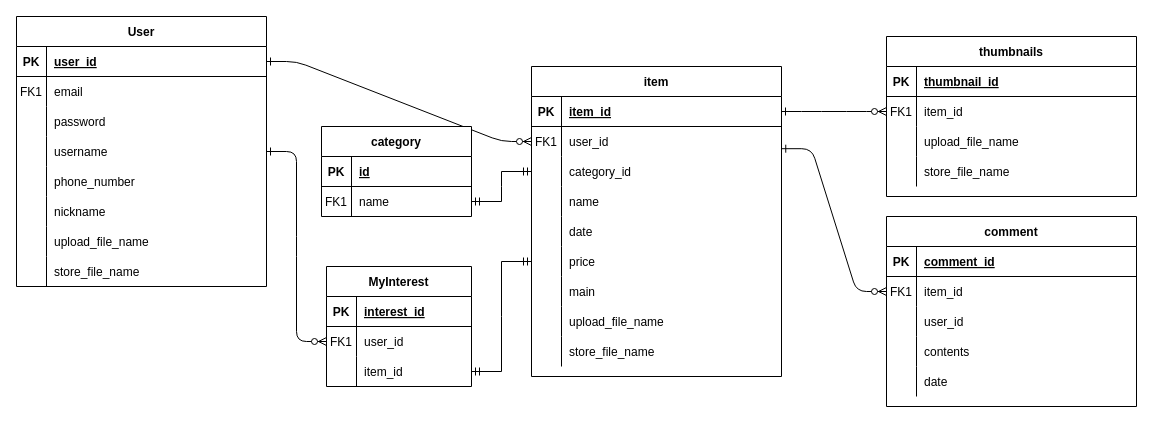
Earlier version of the draw.io diagram page "Page-1" (1 of 4) of carrot.drawio (Lee-seungju/drawfile). Source tidied: cells renumbered, new cells numbered last; positions are measured from the earlier drawing's top-left corner, leaving out a move shared by most shapes. Both pictures are drawn from the tidied source at 100%, with x=0, y=0 at pixel (16, 16).
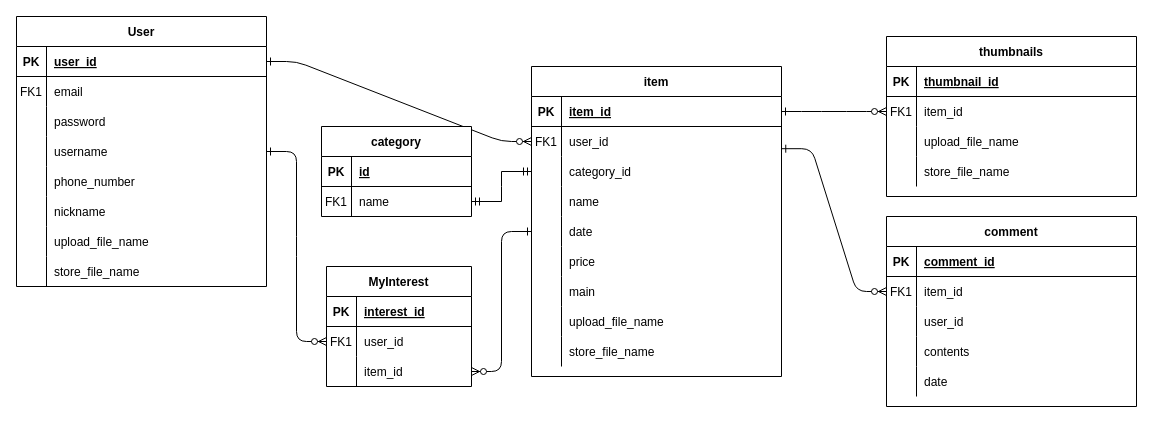
After the change.

The change refers to these unchanged cells:
```xml
<mxCell id="17" style="shape=partialRectangle;fillColor=none;points=[[0,0.5],[1,0.5]];portConstraint=eastwest;top=0;left=0;right=0;bottom=0;" parent="4" vertex="1">
  <mxGeometry y="150" width="250" height="30" as="geometry" />
</mxCell>
<mxCell id="20" style="shape=partialRectangle;fillColor=none;points=[[0,0.5],[1,0.5]];portConstraint=eastwest;top=0;left=0;right=0;bottom=0;" parent="4" vertex="1">
  <mxGeometry y="180" width="250" height="30" as="geometry" />
</mxCell>
<mxCell id="52" style="shape=partialRectangle;fillColor=none;points=[[0,0.5],[1,0.5]];portConstraint=eastwest;top=0;left=0;right=0;bottom=0;" parent="45" vertex="1">
  <mxGeometry y="90" width="145" height="30" as="geometry" />
</mxCell>
```

Change to the diagram source:
```diff
@@
-    <mxCell id="98" style="edgeStyle=entityRelationEdgeStyle;fontSize=12;html=1;endArrow=ERmandOne;startArrow=ERmandOne;rounded=0;exitX=1;exitY=0.5;exitDx=0;exitDy=0;entryX=0;entryY=0.5;entryDx=0;entryDy=0;" parent="1" edge="1" source="52" target="20">
-      <mxGeometry relative="1" as="geometry" />
-    </mxCell>
@@
+    <mxCell id="107" style="edgeStyle=entityRelationEdgeStyle;endArrow=ERzeroToMany;startArrow=ERone;endFill=1;startFill=0;snapToPoint=0;fixDash=0;anchorPointDirection=1;entryX=1;entryY=0.5;entryDx=0;entryDy=0;exitX=0;exitY=0.5;exitDx=0;exitDy=0;" parent="1" edge="1" source="17" target="52">
+      <mxGeometry relative="1" as="geometry" />
+    </mxCell>
```
